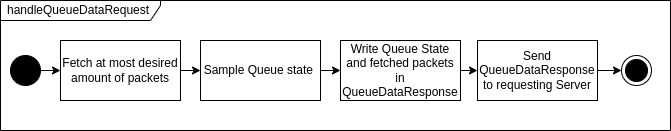
Earlier version of the draw.io export docs/figs/queue_handleQueueDataRequest_activity_diagram.drawio.png (retarded-reward/collaborative-learning). Source tidied: cells renumbered, new cells last; positions are measured from the earlier drawing's top-left corner, leaving out a move shared by most shapes.
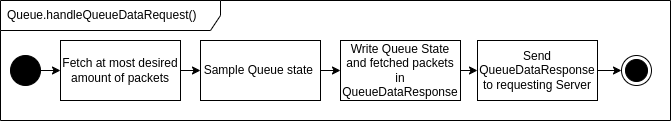
After the change.

Commit message:
added more diagrams to docs and improved existing ones

Change to the diagram source:
```diff
@@ -2,8 +2,8 @@
   <root>
     <mxCell id="0" />
     <mxCell id="1" parent="0" />
-    <mxCell id="2" value="handleQueueDataRequest" style="shape=umlFrame;whiteSpace=wrap;html=1;width=160;height=20;boundedLbl=1;verticalAlign=middle;align=left;spacingLeft=5;" parent="1" vertex="1">
-      <mxGeometry width="670" height="130" as="geometry" />
+    <mxCell id="2" value="Queue.handleQueueDataRequest()" style="shape=umlFrame;whiteSpace=wrap;html=1;width=220;height=30;boundedLbl=1;verticalAlign=middle;align=left;spacingLeft=5;" parent="1" vertex="1">
+      <mxGeometry width="670" height="120" as="geometry" />
     </mxCell>
     <mxCell id="3" style="edgeStyle=none;html=1;" parent="1" edge="1" source="4" target="7">
       <mxGeometry relative="1" as="geometry" />
```
